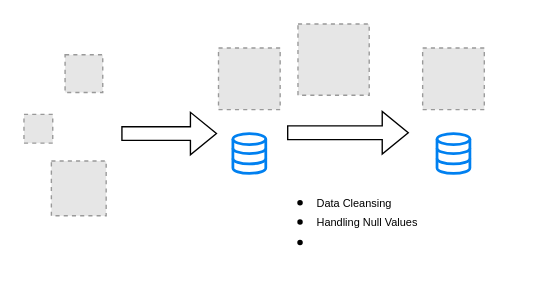
Earlier version of the draw.io diagram Oceanography-Project-WIP/Oceanography_Project.drawio (flosrv/Mes-Projets). Source tidied: cells renumbered, new cells numbered last; positions are measured from the earlier drawing's top-left corner, leaving out a move shared by most shapes. Both pictures are drawn from the tidied source at 137%, with x=0, y=0 at pixel (23, 23). Pictures stored in the file or linked from it are replaced by grey dashed boxes.
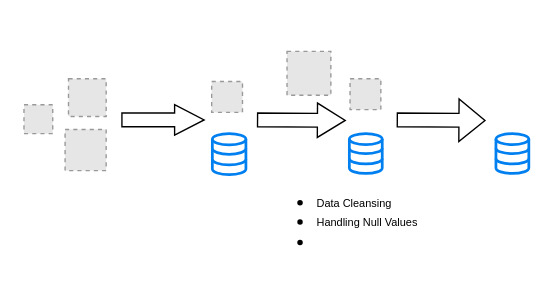
The same page after the edit.

Commit message:
Mettre à jour Oceanography_Project.drawio

What changed in the source:
```diff
@@
 <mxGraphModel>
   <root>
     <mxCell id="0" />
     <mxCell id="1" parent="0" />
     <mxCell id="2" style="fillColor=#E6E6E6;strokeColor=#999999;dashed=1;verticalLabelPosition=bottom;labelBackgroundColor=default;verticalAlign=top;" parent="1" vertex="1">
-      <mxGeometry x="30" y="22.5" width="27.5" height="27.5" as="geometry" />
+      <mxGeometry x="32.5" y="40" width="27.5" height="27.5" as="geometry" />
     </mxCell>
     <mxCell id="3" style="fillColor=#E6E6E6;strokeColor=#999999;dashed=1;verticalLabelPosition=bottom;labelBackgroundColor=default;verticalAlign=top;" parent="1" vertex="1">
-      <mxGeometry y="66" width="21" height="21" as="geometry" />
+      <mxGeometry y="59" width="21" height="21" as="geometry" />
     </mxCell>
-    <mxCell id="4" style="shape=flexArrow;endArrow=classic;html=1;rounded=0;fillColor=light-dark(#FFFFFF,#6666FF);" parent="1" edge="1">
+    <mxCell id="4" style="shape=flexArrow;endArrow=classic;html=1;rounded=0;fillColor=light-dark(#FFFFFF,#6666FF);endWidth=11.35135135135135;endSize=6.848648648648648;" parent="1" edge="1">
       <mxGeometry relative="1" as="geometry">
-        <mxPoint x="71" y="80" as="sourcePoint" />
-        <mxPoint x="141" y="80" as="targetPoint" />
+        <mxPoint x="71" y="70" as="sourcePoint" />
+        <mxPoint x="132" y="70" as="targetPoint" />
       </mxGeometry>
     </mxCell>
     <mxCell id="5" style="fillColor=#E6E6E6;strokeColor=#999999;dashed=1;verticalLabelPosition=bottom;labelBackgroundColor=default;verticalAlign=top;" parent="1" vertex="1">
-      <mxGeometry x="142" y="17.5" width="45" height="45" as="geometry" />
+      <mxGeometry x="137" y="42" width="22.5" height="22.5" as="geometry" />
     </mxCell>
     <mxCell id="6" style="html=1;verticalLabelPosition=bottom;align=center;labelBackgroundColor=#ffffff;verticalAlign=top;strokeWidth=2;strokeColor=#0080F0;shadow=0;dashed=0;shape=mxgraph.ios7.icons.data;fillColor=light-dark(transparent,#8F6244);" parent="1" vertex="1">
-      <mxGeometry x="152.5" y="80" width="24" height="29.1" as="geometry" />
+      <mxGeometry x="137.5" y="80" width="24.5" height="30" as="geometry" />
     </mxCell>
-    <mxCell id="7" style="shape=flexArrow;endArrow=classic;html=1;rounded=0;fillColor=light-dark(#FFFFFF,#6666FF);" parent="1" edge="1">
+    <mxCell id="7" style="shape=flexArrow;endArrow=classic;html=1;rounded=0;fillColor=light-dark(#FFFFFF,#6666FF);endWidth=14.054054054054053;endSize=6.437837837837837;" parent="1" edge="1">
       <mxGeometry relative="1" as="geometry">
-        <mxPoint x="192" y="79.4" as="sourcePoint" />
-        <mxPoint x="281" y="79.4" as="targetPoint" />
+        <mxPoint x="170" y="70" as="sourcePoint" />
+        <mxPoint x="235" y="70.4" as="targetPoint" />
       </mxGeometry>
     </mxCell>
     <mxCell id="8" style="html=1;verticalLabelPosition=bottom;align=center;labelBackgroundColor=#ffffff;verticalAlign=top;strokeWidth=2;strokeColor=#0080F0;shadow=0;dashed=0;shape=mxgraph.ios7.icons.data;fillColor=light-dark(transparent,#BEBEBE);" parent="1" vertex="1">
-      <mxGeometry x="301.5" y="80" width="24" height="29.1" as="geometry" />
+      <mxGeometry x="237.5" y="80" width="24" height="29.1" as="geometry" />
     </mxCell>
     <mxCell id="9" style="fillColor=#E6E6E6;strokeColor=#999999;dashed=1;verticalLabelPosition=bottom;labelBackgroundColor=default;verticalAlign=top;" parent="1" vertex="1">
-      <mxGeometry x="291" y="17.5" width="45" height="45" as="geometry" />
+      <mxGeometry x="238" y="40" width="22.5" height="22.5" as="geometry" />
     </mxCell>
     <mxCell id="10" style="fillColor=#E6E6E6;strokeColor=#999999;dashed=1;verticalLabelPosition=bottom;labelBackgroundColor=default;verticalAlign=top;" parent="1" vertex="1">
-      <mxGeometry x="200" width="52" height="52" as="geometry" />
+      <mxGeometry x="192" y="20" width="32" height="32" as="geometry" />
     </mxCell>
     <mxCell id="11" value="&lt;ul&gt;&lt;li&gt;&lt;font style=&quot;font-size: 8px;&quot;&gt;Data Cleansing&lt;/font&gt;&lt;/li&gt;&lt;li&gt;&lt;font style=&quot;font-size: 8px;&quot;&gt;Handling Null Values&lt;/font&gt;&lt;/li&gt;&lt;li&gt;&lt;br&gt;&lt;/li&gt;&lt;/ul&gt;" style="text;html=1;align=left;verticalAlign=middle;whiteSpace=wrap;rounded=0;" parent="1" vertex="1">
       <mxGeometry x="171.5" y="109.1" width="130" height="70" as="geometry" />
     </mxCell>
     <mxCell id="12" style="edgeStyle=orthogonalEdgeStyle;rounded=0;orthogonalLoop=1;jettySize=auto;html=1;exitX=0.5;exitY=1;exitDx=0;exitDy=0;" parent="1" edge="1" source="11" target="11">
       <mxGeometry relative="1" as="geometry" />
     </mxCell>
     <mxCell id="13" style="fillColor=#E6E6E6;strokeColor=#999999;dashed=1;verticalLabelPosition=bottom;labelBackgroundColor=default;verticalAlign=top;" parent="1" vertex="1">
-      <mxGeometry x="20" y="100" width="40" height="40" as="geometry" />
+      <mxGeometry x="30" y="77" width="30" height="30" as="geometry" />
     </mxCell>
+    <mxCell id="14" style="html=1;verticalLabelPosition=bottom;align=center;labelBackgroundColor=#ffffff;verticalAlign=top;strokeWidth=2;strokeColor=#0080F0;shadow=0;dashed=0;shape=mxgraph.ios7.icons.data;fillColor=light-dark(transparent,#F3E024);" parent="1" vertex="1">
+      <mxGeometry x="344.5" y="80" width="24" height="29.1" as="geometry" />
+    </mxCell>
+    <mxCell id="15" style="shape=flexArrow;endArrow=classic;html=1;rounded=0;fillColor=light-dark(#FFFFFF,#6666FF);" parent="1" edge="1">
+      <mxGeometry relative="1" as="geometry">
+        <mxPoint x="272" y="70" as="sourcePoint" />
+        <mxPoint x="337" y="70.4" as="targetPoint" />
+      </mxGeometry>
+    </mxCell>
   </root>
 </mxGraphModel>
```
